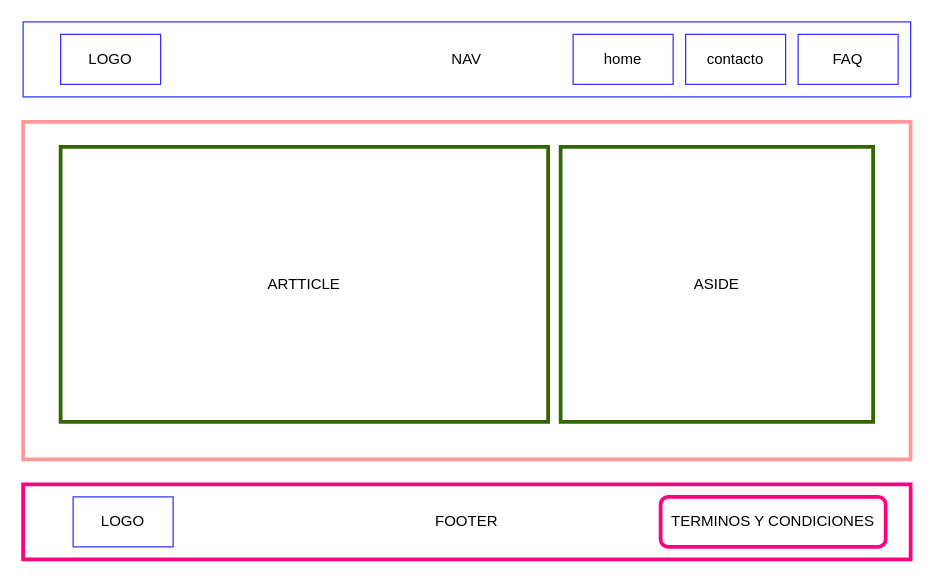
ManGuevara/dw2023-1 keeps this draw.io diagram as 01 HTML Y CSS/04 maquetacion/maquetacion.drawio. Above is the earlier version. Source tidied: cells renumbered, new cells numbered last; positions are measured from the earlier drawing's top-left corner, leaving out a move shared by most shapes. Both pictures are drawn from the tidied source at 125%, with x=0, y=0 at pixel (22, 21).
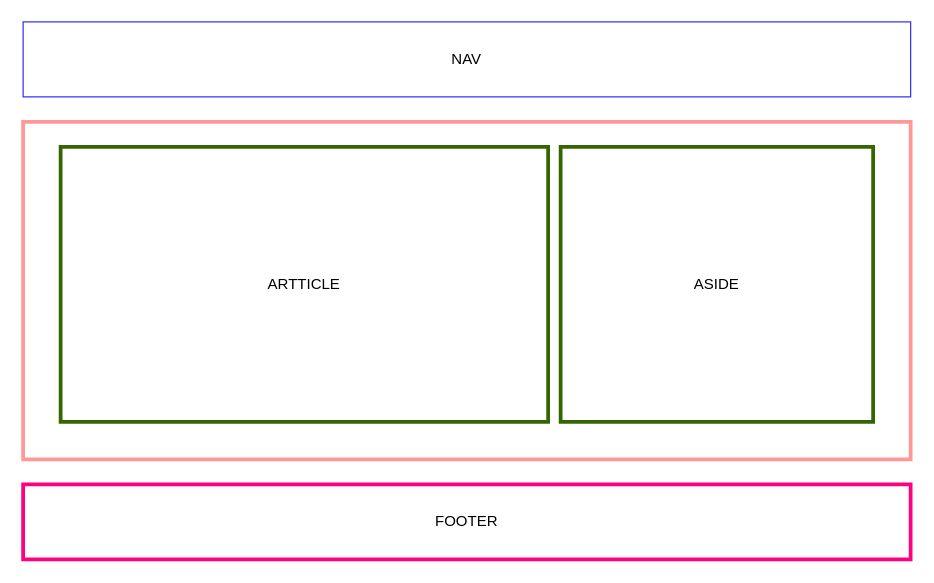
Above is the later version.

The edit, as a diff of the source:
```diff
@@
 <mxGraphModel>
   <root>
     <mxCell id="0" />
     <mxCell id="1" parent="0" />
     <mxCell id="2" value="NAV" style="rounded=0;whiteSpace=wrap;html=1;strokeColor=#3333FF;" parent="1" vertex="1">
       <mxGeometry width="710" height="60" as="geometry" />
     </mxCell>
-    <mxCell id="3" value="LOGO" style="rounded=0;whiteSpace=wrap;html=1;strokeColor=#3333FF;" parent="1" vertex="1">
-      <mxGeometry x="30" y="10" width="80" height="40" as="geometry" />
-    </mxCell>
-    <mxCell id="4" value="home" style="rounded=0;whiteSpace=wrap;html=1;strokeColor=#3333FF;" parent="1" vertex="1">
-      <mxGeometry x="440" y="10" width="80" height="40" as="geometry" />
-    </mxCell>
-    <mxCell id="5" value="contacto" style="rounded=0;whiteSpace=wrap;html=1;strokeColor=#3333FF;" parent="1" vertex="1">
-      <mxGeometry x="530" y="10" width="80" height="40" as="geometry" />
-    </mxCell>
-    <mxCell id="6" value="FAQ" style="rounded=0;whiteSpace=wrap;html=1;strokeColor=#3333FF;" parent="1" vertex="1">
-      <mxGeometry x="620" y="10" width="80" height="40" as="geometry" />
-    </mxCell>
     <mxCell id="7" value="SECTION" style="rounded=0;whiteSpace=wrap;html=1;strokeColor=#FF9999;strokeWidth=3;" parent="1" vertex="1">
       <mxGeometry y="80" width="710" height="270" as="geometry" />
     </mxCell>
     <mxCell id="8" value="ARTTICLE" style="rounded=0;whiteSpace=wrap;html=1;strokeColor=#336600;strokeWidth=3;" parent="1" vertex="1">
       <mxGeometry x="30" y="100" width="390" height="220" as="geometry" />
     </mxCell>
     <mxCell id="9" value="ASIDE" style="rounded=0;whiteSpace=wrap;html=1;strokeColor=#336600;strokeWidth=3;" parent="1" vertex="1">
       <mxGeometry x="430" y="100" width="250" height="220" as="geometry" />
     </mxCell>
     <mxCell id="10" value="FOOTER" style="rounded=0;whiteSpace=wrap;html=1;strokeColor=#FF0080;strokeWidth=3;" parent="1" vertex="1">
       <mxGeometry y="370" width="710" height="60" as="geometry" />
     </mxCell>
-    <mxCell id="11" value="LOGO" style="rounded=0;whiteSpace=wrap;html=1;strokeColor=#3333FF;" parent="1" vertex="1">
-      <mxGeometry x="40" y="380" width="80" height="40" as="geometry" />
-    </mxCell>
-    <mxCell id="12" value="TERMINOS Y CONDICIONES" style="rounded=1;whiteSpace=wrap;html=1;strokeColor=#FF0080;strokeWidth=3;" parent="1" vertex="1">
-      <mxGeometry x="510" y="380" width="180" height="40" as="geometry" />
-    </mxCell>
   </root>
 </mxGraphModel>
```
